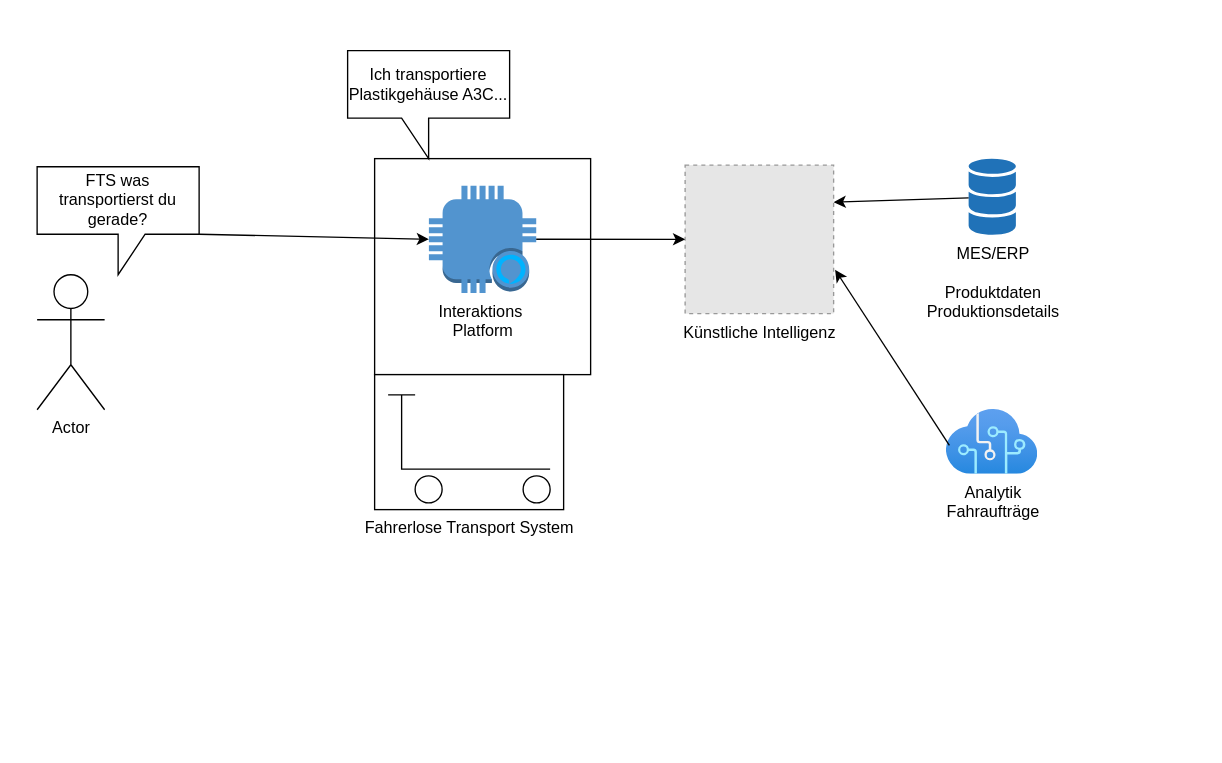
AlexanderRoempke/drawings keeps this draw.io diagram as Unbenanntes Diagramm.drawio. Above is the earlier version. Source tidied: cells renumbered, new cells numbered last; positions are measured from the earlier drawing's top-left corner, leaving out a move shared by most shapes. Both pictures are drawn from the tidied source at 135%, with x=0, y=0 at pixel (36, 50). Pictures stored in the file or linked from it are replaced by grey dashed boxes.
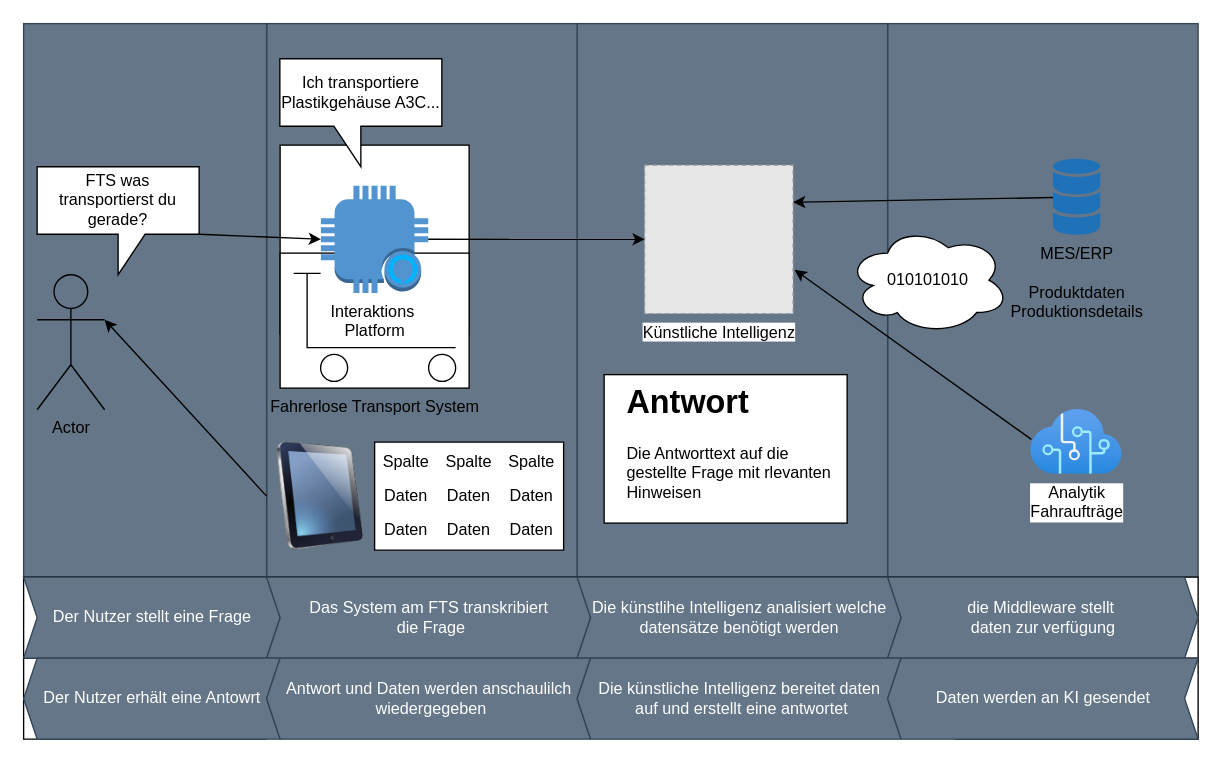
The same page after the edit.

Diff of the diagram source:
```diff
@@
+    <mxCell id="15" style="verticalLabelPosition=bottom;verticalAlign=top;html=1;shape=mxgraph.basic.rect;fillColor2=none;strokeWidth=1;size=20;indent=5;" parent="1" vertex="1">
+      <mxGeometry x="680" y="450" width="180" height="60" as="geometry" />
+    </mxCell>
+    <mxCell id="16" style="verticalLabelPosition=bottom;verticalAlign=top;html=1;shape=mxgraph.basic.rect;fillColor2=none;strokeWidth=1;size=20;indent=5;" parent="1" vertex="1">
+      <mxGeometry x="-10" y="450" width="180" height="60" as="geometry" />
+    </mxCell>
+    <mxCell id="17" style="rounded=0;whiteSpace=wrap;html=1;fillColor=#647687;fontColor=#ffffff;strokeColor=#314354;" parent="1" vertex="1">
+      <mxGeometry x="630" y="-20" width="230" height="410" as="geometry" />
+    </mxCell>
+    <mxCell id="18" style="rounded=0;whiteSpace=wrap;html=1;fillColor=#647687;fontColor=#ffffff;strokeColor=#314354;" parent="1" vertex="1">
+      <mxGeometry x="400" y="-20" width="230" height="410" as="geometry" />
+    </mxCell>
+    <mxCell id="19" style="rounded=0;whiteSpace=wrap;html=1;fillColor=#647687;fontColor=#ffffff;strokeColor=#314354;" parent="1" vertex="1">
+      <mxGeometry x="170" y="-20" width="230" height="410" as="geometry" />
+    </mxCell>
+    <mxCell id="20" style="rounded=0;whiteSpace=wrap;html=1;fillColor=#647687;fontColor=#ffffff;strokeColor=#314354;" parent="1" vertex="1">
+      <mxGeometry x="-10" y="-20" width="180" height="410" as="geometry" />
+    </mxCell>
     <mxCell id="2" style="whiteSpace=wrap;html=1;" parent="1" vertex="1">
-      <mxGeometry x="250" y="80" width="160" height="160" as="geometry" />
+      <mxGeometry x="180" y="70" width="140" height="140" as="geometry" />
     </mxCell>
-    <mxCell id="3" value="Fahrerlose Transport System" style="verticalLabelPosition=bottom;align=center;dashed=0;html=1;verticalAlign=top;shape=mxgraph.pid.misc.forklift_(manual);" parent="1" vertex="1">
-      <mxGeometry x="250" y="240" width="140" height="100" as="geometry" />
+    <mxCell id="3" value="Fahrerlose Transport System" style="verticalLabelPosition=bottom;align=center;dashed=0;html=1;verticalAlign=top;shape=mxgraph.pid.misc.forklift_(manual);strokeColor=default;" parent="1" vertex="1">
+      <mxGeometry x="180" y="150" width="140" height="100" as="geometry" />
     </mxCell>
-    <mxCell id="4" value="Actor" style="shape=umlActor;verticalLabelPosition=bottom;verticalAlign=top;html=1;outlineConnect=0;" parent="1" vertex="1">
+    <mxCell id="4" value="Actor" style="shape=umlActor;verticalLabelPosition=bottom;verticalAlign=top;html=1;outlineConnect=0;fillColor=none;" parent="1" vertex="1">
       <mxGeometry y="166" width="50" height="100" as="geometry" />
     </mxCell>
@@
     <mxCell id="6" value="Ich transportiere Plastikgehäuse A3C..." style="shape=callout;whiteSpace=wrap;html=1;perimeter=calloutPerimeter;flipV=0;flipH=1;" parent="1" vertex="1">
-      <mxGeometry x="230" width="120" height="80" as="geometry" />
+      <mxGeometry x="179.8" y="6" width="120" height="80" as="geometry" />
     </mxCell>
     <mxCell id="7" value="MES/ERP&lt;div&gt;&lt;br&gt;&lt;/div&gt;&lt;div&gt;Produktdaten&lt;/div&gt;&lt;div&gt;Produktionsdetails&lt;/div&gt;" style="sketch=0;shadow=0;dashed=0;html=1;strokeColor=none;labelPosition=center;verticalLabelPosition=bottom;verticalAlign=top;outlineConnect=0;align=center;shape=mxgraph.office.databases.database_mini_3;fillColor=#2072B8;" parent="1" vertex="1">
-      <mxGeometry x="690" y="80" width="35" height="57" as="geometry" />
+      <mxGeometry x="752.5" y="80" width="35" height="57" as="geometry" />
     </mxCell>
     <mxCell id="8" value="Analytik&lt;div&gt;Fahraufträge&lt;/div&gt;" style="image;html=1;points=[];align=center;fontSize=12;image=img/lib/azure2/ai_machine_learning/Cognitive_Services.svg;" parent="1" vertex="1">
-      <mxGeometry x="673.5" y="266" width="68" height="48" as="geometry" />
+      <mxGeometry x="736" y="266" width="68" height="48" as="geometry" />
     </mxCell>
     <mxCell id="9" value="Künstliche Intelligenz" style="fillColor=#E6E6E6;strokeColor=#999999;dashed=1;html=1;verticalAlign=top;verticalLabelPosition=bottom;labelBackgroundColor=#ffffff;" parent="1" vertex="1">
-      <mxGeometry x="480" y="84.8" width="110" height="110" as="geometry" />
+      <mxGeometry x="450" y="84.8" width="110" height="110" as="geometry" />
     </mxCell>
     <mxCell id="10" value="Interaktions&amp;nbsp;&lt;div&gt;Platform&lt;/div&gt;" style="outlineConnect=0;dashed=0;verticalLabelPosition=bottom;verticalAlign=top;align=center;html=1;shape=mxgraph.aws3.alexa_enabled_device;fillColor=#5294CF;gradientColor=none;" parent="1" vertex="1">
-      <mxGeometry x="290.2" y="100" width="79.5" height="79.5" as="geometry" />
+      <mxGeometry x="210.2" y="100" width="79.5" height="79.5" as="geometry" />
     </mxCell>
@@
-    <mxCell id="14" style="endArrow=classic;html=1;rounded=0;exitX=0.033;exitY=0.551;exitDx=0;exitDy=0;exitPerimeter=0;entryX=1.01;entryY=0.705;entryDx=0;entryDy=0;entryPerimeter=0;" parent="1" edge="1" source="8" target="9">
+    <mxCell id="14" style="endArrow=classic;html=1;rounded=0;entryX=1.01;entryY=0.705;entryDx=0;entryDy=0;entryPerimeter=0;exitX=0.007;exitY=0.458;exitDx=0;exitDy=0;exitPerimeter=0;" parent="1" edge="1" source="8" target="9">
       <mxGeometry relative="1" as="geometry" />
     </mxCell>
+    <mxCell id="21" style="verticalLabelPosition=bottom;verticalAlign=top;html=1;shape=mxgraph.basic.rect;fillColor2=none;strokeWidth=1;size=20;indent=5;" parent="1" vertex="1">
+      <mxGeometry x="-10" y="390" width="180" height="60" as="geometry" />
+    </mxCell>
+    <mxCell id="22" style="verticalLabelPosition=bottom;verticalAlign=top;html=1;shape=mxgraph.basic.rect;fillColor2=none;strokeWidth=1;size=20;indent=5;" parent="1" vertex="1">
+      <mxGeometry x="170" y="390" width="230" height="60" as="geometry" />
+    </mxCell>
+    <mxCell id="23" style="verticalLabelPosition=bottom;verticalAlign=top;html=1;shape=mxgraph.basic.rect;fillColor2=none;strokeWidth=1;size=20;indent=5;" parent="1" vertex="1">
+      <mxGeometry x="400" y="390" width="230" height="60" as="geometry" />
+    </mxCell>
+    <mxCell id="24" style="verticalLabelPosition=bottom;verticalAlign=top;html=1;shape=mxgraph.basic.rect;fillColor2=none;strokeWidth=1;size=20;indent=5;" parent="1" vertex="1">
+      <mxGeometry x="630" y="390" width="230" height="60" as="geometry" />
+    </mxCell>
+    <mxCell id="25" value="Der Nutzer stellt eine Frage" style="html=1;shadow=0;dashed=0;align=center;verticalAlign=middle;shape=mxgraph.arrows2.arrow;dy=0;dx=10;notch=10;fillColor=#647687;fontColor=#ffffff;strokeColor=#314354;gradientColor=none;" parent="1" vertex="1">
+      <mxGeometry x="-10" y="390" width="190" height="60" as="geometry" />
+    </mxCell>
+    <mxCell id="26" value="Das System am FTS transkribiert&lt;div&gt;&amp;nbsp;die Frage&lt;/div&gt;" style="html=1;shadow=0;dashed=0;align=center;verticalAlign=middle;shape=mxgraph.arrows2.arrow;dy=0;dx=10;notch=10;fillColor=#647687;fontColor=#ffffff;strokeColor=#314354;gradientColor=none;" parent="1" vertex="1">
+      <mxGeometry x="170" y="390" width="240" height="60" as="geometry" />
+    </mxCell>
+    <mxCell id="27" value="Die künstlihe Intelligenz analisiert welche&lt;div&gt;datensätze benötigt werden&lt;/div&gt;" style="html=1;shadow=0;dashed=0;align=center;verticalAlign=middle;shape=mxgraph.arrows2.arrow;dy=0;dx=10;notch=10;fillColor=#647687;fontColor=#ffffff;strokeColor=#314354;gradientColor=none;" parent="1" vertex="1">
+      <mxGeometry x="400" y="390" width="240" height="60" as="geometry" />
+    </mxCell>
+    <mxCell id="28" value="die Middleware stellt&amp;nbsp;&lt;div&gt;daten zur verfügung&lt;/div&gt;" style="html=1;shadow=0;dashed=0;align=center;verticalAlign=middle;shape=mxgraph.arrows2.arrow;dy=0;dx=10;notch=10;fillColor=#647687;fontColor=#ffffff;strokeColor=#314354;gradientColor=none;" parent="1" vertex="1">
+      <mxGeometry x="630" y="390" width="230" height="60" as="geometry" />
+    </mxCell>
+    <mxCell id="29" value="Der Nutzer erhält eine Antowrt" style="html=1;shadow=0;dashed=0;align=center;verticalAlign=middle;shape=mxgraph.arrows2.arrow;dy=0;dx=10;notch=10;fillColor=#647687;fontColor=#ffffff;strokeColor=#314354;gradientColor=none;flipH=1;" parent="1" vertex="1">
+      <mxGeometry x="-10" y="450" width="190" height="60" as="geometry" />
+    </mxCell>
+    <mxCell id="30" value="Antwort und Daten werden anschaulilch&lt;div&gt;&amp;nbsp;wiedergegeben&lt;/div&gt;" style="html=1;shadow=0;dashed=0;align=center;verticalAlign=middle;shape=mxgraph.arrows2.arrow;dy=0;dx=10;notch=10;fillColor=#647687;fontColor=#ffffff;strokeColor=#314354;gradientColor=none;flipH=1;" parent="1" vertex="1">
+      <mxGeometry x="170" y="450" width="240" height="60" as="geometry" />
+    </mxCell>
+    <mxCell id="31" value="Die künstliche Intelligenz bereitet daten&lt;div&gt;&amp;nbsp;auf und erstellt eine antwortet&lt;/div&gt;" style="html=1;shadow=0;dashed=0;align=center;verticalAlign=middle;shape=mxgraph.arrows2.arrow;dy=0;dx=10;notch=10;fillColor=#647687;fontColor=#ffffff;strokeColor=#314354;gradientColor=none;flipH=1;" parent="1" vertex="1">
+      <mxGeometry x="400" y="450" width="240" height="60" as="geometry" />
+    </mxCell>
+    <mxCell id="32" value="Daten werden an KI gesendet" style="html=1;shadow=0;dashed=0;align=center;verticalAlign=middle;shape=mxgraph.arrows2.arrow;dy=0;dx=10;notch=10;fillColor=#647687;fontColor=#ffffff;strokeColor=#314354;gradientColor=none;flipH=1;" parent="1" vertex="1">
+      <mxGeometry x="630" y="450" width="230" height="60" as="geometry" />
+    </mxCell>
+    <mxCell id="33" value="010101010" style="ellipse;shape=cloud;whiteSpace=wrap;html=1;" parent="1" vertex="1">
+      <mxGeometry x="600" y="130" width="120" height="80" as="geometry" />
+    </mxCell>
+    <mxCell id="34" style="rounded=0;whiteSpace=wrap;html=1;" parent="1" vertex="1">
+      <mxGeometry x="420" y="240" width="180" height="110" as="geometry" />
+    </mxCell>
+    <mxCell id="35" value="&lt;h1 style=&quot;margin-top: 0px;&quot;&gt;Antwort&lt;/h1&gt;&lt;p&gt;Die Antworttext auf die gestellte Frage mit rlevanten Hinweisen&lt;/p&gt;" style="text;html=1;whiteSpace=wrap;overflow=hidden;rounded=0;" parent="1" vertex="1">
+      <mxGeometry x="435" y="240" width="160" height="110" as="geometry" />
+    </mxCell>
+    <mxCell id="36" style="image;html=1;image=img/lib/clip_art/computers/iPad_128x128.png;" parent="1" vertex="1">
+      <mxGeometry x="170" y="290" width="80" height="80" as="geometry" />
+    </mxCell>
+    <mxCell id="37" style="shape=table;html=1;whiteSpace=wrap;startSize=0;childLayout=tableLayout;columnLines=0;rowLines=0;fontSize=16;strokeColor=default;" parent="1" vertex="1">
+      <mxGeometry x="250" y="290" width="140" height="80" as="geometry" />
+    </mxCell>
+    <mxCell id="38" style="shape=tableRow;horizontal=0;startSize=0;swimlaneHead=0;swimlaneBody=0;top=0;left=0;bottom=0;right=0;fillColor=none;fontSize=16;strokeColor=inherit;" parent="37" vertex="1">
+      <mxGeometry width="140" height="30" as="geometry" />
+    </mxCell>
+    <mxCell id="39" value="Spalte" style="shape=partialRectangle;html=1;whiteSpace=wrap;fillColor=none;top=0;left=0;bottom=0;right=0;overflow=hidden;fontSize=12;strokeColor=inherit;" parent="38" vertex="1">
+      <mxGeometry width="47" height="30" as="geometry" />
+    </mxCell>
+    <mxCell id="40" value="Spalte" style="shape=partialRectangle;html=1;whiteSpace=wrap;fillColor=none;top=0;left=0;bottom=0;right=0;overflow=hidden;fontSize=12;strokeColor=inherit;" parent="38" vertex="1">
+      <mxGeometry x="47" width="46" height="30" as="geometry" />
+    </mxCell>
+    <mxCell id="41" value="Spalte" style="shape=partialRectangle;html=1;whiteSpace=wrap;fillColor=none;top=0;left=0;bottom=0;right=0;overflow=hidden;fontSize=12;strokeColor=inherit;" parent="38" vertex="1">
+      <mxGeometry x="93" width="47" height="30" as="geometry" />
+    </mxCell>
+    <mxCell id="42" style="shape=tableRow;horizontal=0;startSize=0;swimlaneHead=0;swimlaneBody=0;top=0;left=0;bottom=0;right=0;fillColor=none;fontSize=16;strokeColor=inherit;" parent="37" vertex="1">
+      <mxGeometry y="30" width="140" height="20" as="geometry" />
+    </mxCell>
+    <mxCell id="43" value="Daten" style="shape=partialRectangle;html=1;whiteSpace=wrap;fillColor=none;top=0;left=0;bottom=0;right=0;overflow=hidden;fontSize=12;strokeColor=inherit;" parent="42" vertex="1">
+      <mxGeometry width="47" height="20" as="geometry" />
+    </mxCell>
+    <mxCell id="44" value="Daten" style="shape=partialRectangle;html=1;whiteSpace=wrap;fillColor=none;top=0;left=0;bottom=0;right=0;overflow=hidden;fontSize=12;strokeColor=inherit;" parent="42" vertex="1">
+      <mxGeometry x="47" width="46" height="20" as="geometry" />
+    </mxCell>
+    <mxCell id="45" value="Daten" style="shape=partialRectangle;html=1;whiteSpace=wrap;fillColor=none;top=0;left=0;bottom=0;right=0;overflow=hidden;fontSize=12;strokeColor=inherit;" parent="42" vertex="1">
+      <mxGeometry x="93" width="47" height="20" as="geometry" />
+    </mxCell>
+    <mxCell id="46" style="shape=tableRow;horizontal=0;startSize=0;swimlaneHead=0;swimlaneBody=0;top=0;left=0;bottom=0;right=0;fillColor=none;fontSize=16;strokeColor=inherit;" parent="37" vertex="1">
+      <mxGeometry y="50" width="140" height="30" as="geometry" />
+    </mxCell>
+    <mxCell id="47" value="Daten" style="shape=partialRectangle;html=1;whiteSpace=wrap;fillColor=none;top=0;left=0;bottom=0;right=0;overflow=hidden;fontSize=12;strokeColor=inherit;" parent="46" vertex="1">
+      <mxGeometry width="47" height="30" as="geometry" />
+    </mxCell>
+    <mxCell id="48" value="Daten" style="shape=partialRectangle;html=1;whiteSpace=wrap;fillColor=none;top=0;left=0;bottom=0;right=0;overflow=hidden;fontSize=12;strokeColor=inherit;" parent="46" vertex="1">
+      <mxGeometry x="47" width="46" height="30" as="geometry" />
+    </mxCell>
+    <mxCell id="49" value="Daten" style="shape=partialRectangle;html=1;whiteSpace=wrap;fillColor=none;top=0;left=0;bottom=0;right=0;overflow=hidden;fontSize=12;strokeColor=inherit;" parent="46" vertex="1">
+      <mxGeometry x="93" width="47" height="30" as="geometry" />
+    </mxCell>
+    <mxCell id="50" style="endArrow=classic;html=1;rounded=0;exitX=0;exitY=0.5;exitDx=0;exitDy=0;entryX=1;entryY=0.3333333333333333;entryDx=0;entryDy=0;entryPerimeter=0;" parent="1" edge="1" source="36" target="4">
+      <mxGeometry relative="1" as="geometry" />
+    </mxCell>
```
